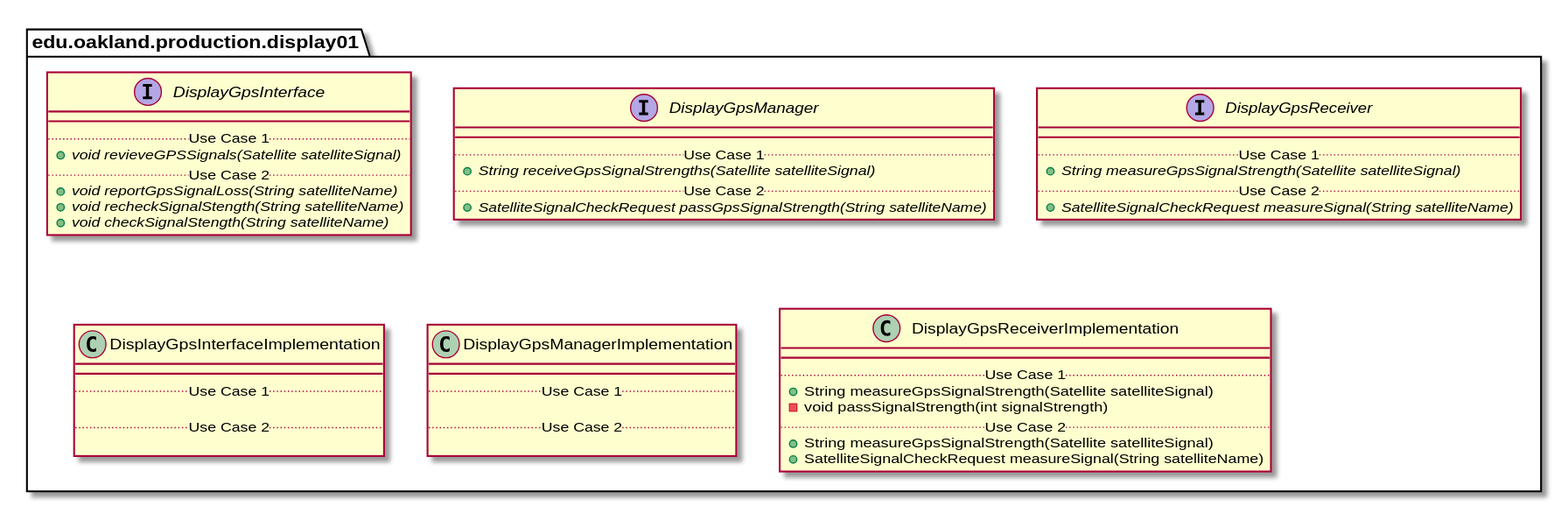
Earlier version of the PlantUML export docs/uml-class-diagrams/display01/production/Display01ProductionPackage.svg (andrewdimmer/csi-3370-software-project).
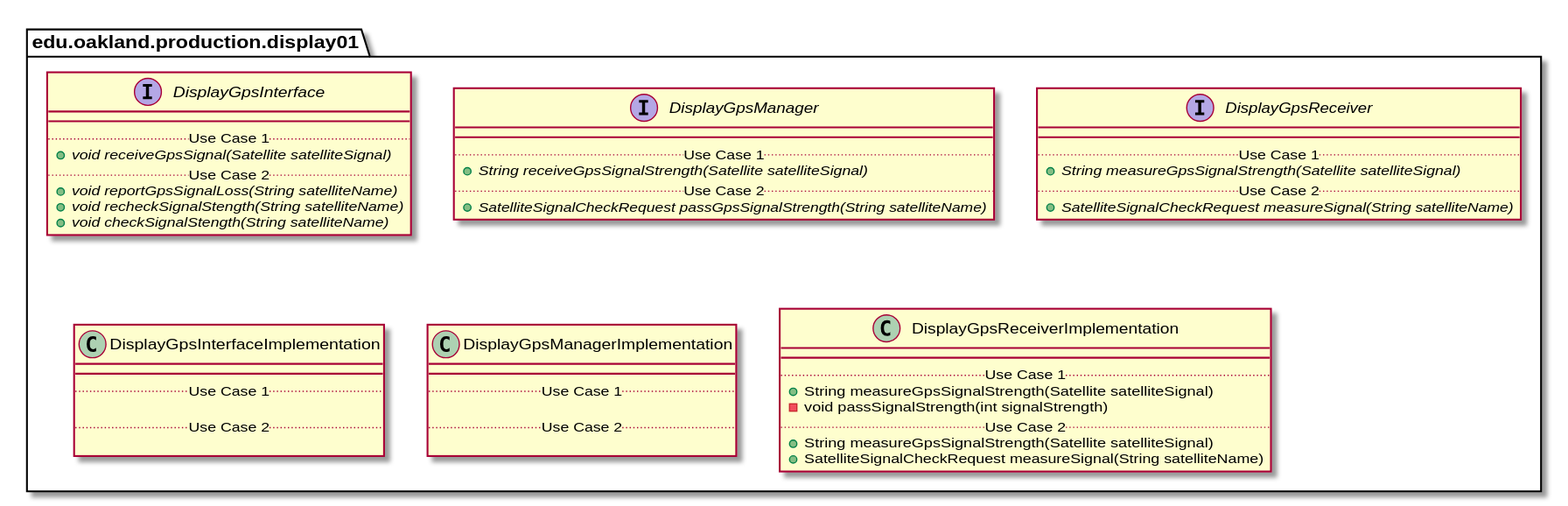
The same file after the commit.

Diff of the diagram source:
```diff
@@ -1,155 +1,78 @@
 @startuml Display01ProductionPackage
 
-
-
 package edu.oakland.production.display01 {
-
-
 
 }
 
 
-
+package edu.oakland.production.display01 {
+    interface DisplayGpsInterface {
+        __
+        .. Use Case 1 ..
+        {abstract} + void receiveGpsSignal(Satellite satelliteSignal)
+        .. Use Case 2 ..
+        {abstract} + void reportGpsSignalLoss(String satelliteName)
+        {abstract} + void recheckSignalStength(String satelliteName)
+        {abstract} + void checkSignalStength(String satelliteName)
+    }
+}
 
 
 package edu.oakland.production.display01 {
+    interface DisplayGpsManager {
+        __
+        .. Use Case 1 ..
+        {abstract} + String receiveGpsSignalStrength(Satellite satelliteSignal)
+        .. Use Case 2 ..
+        {abstract} + SatelliteSignalCheckRequest passGpsSignalStrength(String satelliteName)
+    }
+}
 
-    interface DisplayGpsInterface {
 
+package edu.oakland.production.display01 {
+    interface DisplayGpsReceiver {
         __
+        .. Use Case 1 ..
+        {abstract} + String measureGpsSignalStrength(Satellite satelliteSignal)
+        .. Use Case 2 ..
+        {abstract} + SatelliteSignalCheckRequest measureSignal(String satelliteName)
+    }
+}
 
+
+package edu.oakland.production.display01 {
+    class DisplayGpsInterfaceImplementation {
+        __
         .. Use Case 1 ..
-
-        {abstract} + void receiveGpsSignal(Satellite satelliteSignal)
 
         .. Use Case 2 ..
 
-        {abstract} + void reportGpsSignalLoss(String satelliteName)
-
-        {abstract} + void recheckSignalStength(String satelliteName)
-
-        {abstract} + void checkSignalStength(String satelliteName)
-
     }
-
 }
 
 
+package edu.oakland.production.display01 {
+    class DisplayGpsManagerImplementation {
+        __
+        .. Use Case 1 ..
 
+        .. Use Case 2 ..
+
+    }
+}
 
 
 package edu.oakland.production.display01 {
-
-    interface DisplayGpsManager {
-
+    class DisplayGpsReceiverImplementation {
         __
-
         .. Use Case 1 ..
-
-        {abstract} + String receiveGpsSignalStrength(Satellite satelliteSignal)
-
+        + String measureGpsSignalStrength(Satellite satelliteSignal)
+        - void passSignalStrength(int signalStrength)
         .. Use Case 2 ..
-
-        {abstract} + SatelliteSignalCheckRequest passGpsSignalStrength(String satelliteName)
-
+        + String measureGpsSignalStrength(Satellite satelliteSignal)
+        + SatelliteSignalCheckRequest measureSignal(String satelliteName)
     }
-
 }
 
 
-
-
-
-package edu.oakland.production.display01 {
-
-    interface DisplayGpsReceiver {
-
-        __
-
-        .. Use Case 1 ..
-
-        {abstract} + String measureGpsSignalStrength(Satellite satelliteSignal)
-
-        .. Use Case 2 ..
-
-        {abstract} + SatelliteSignalCheckRequest measureSignal(String satelliteName)
-
-    }
-
-}
-
-
-
-
-
-package edu.oakland.production.display01 {
-
-    class DisplayGpsInterfaceImplementation {
-
-        __
-
-        .. Use Case 1 ..
-
-
-
-        .. Use Case 2 ..
-
-
-
-    }
-
-}
-
-
-
-
-
-package edu.oakland.production.display01 {
-
-    class DisplayGpsManagerImplementation {
-
-        __
-
-        .. Use Case 1 ..
-
-
-
-        .. Use Case 2 ..
-
-
-
-    }
-
-}
-
-
-
-
-
-package edu.oakland.production.display01 {
-
-    class DisplayGpsReceiverImplementation {
-
-        __
-
-        .. Use Case 1 ..
-
-        + String measureGpsSignalStrength(Satellite satelliteSignal)
-
-        - void passSignalStrength(int signalStrength)
-
-        .. Use Case 2 ..
-
-        + String measureGpsSignalStrength(Satellite satelliteSignal)
-
-        + SatelliteSignalCheckRequest measureSignal(String satelliteName)
-
-    }
-
-}
-
-
-
-
-
 @enduml
```
